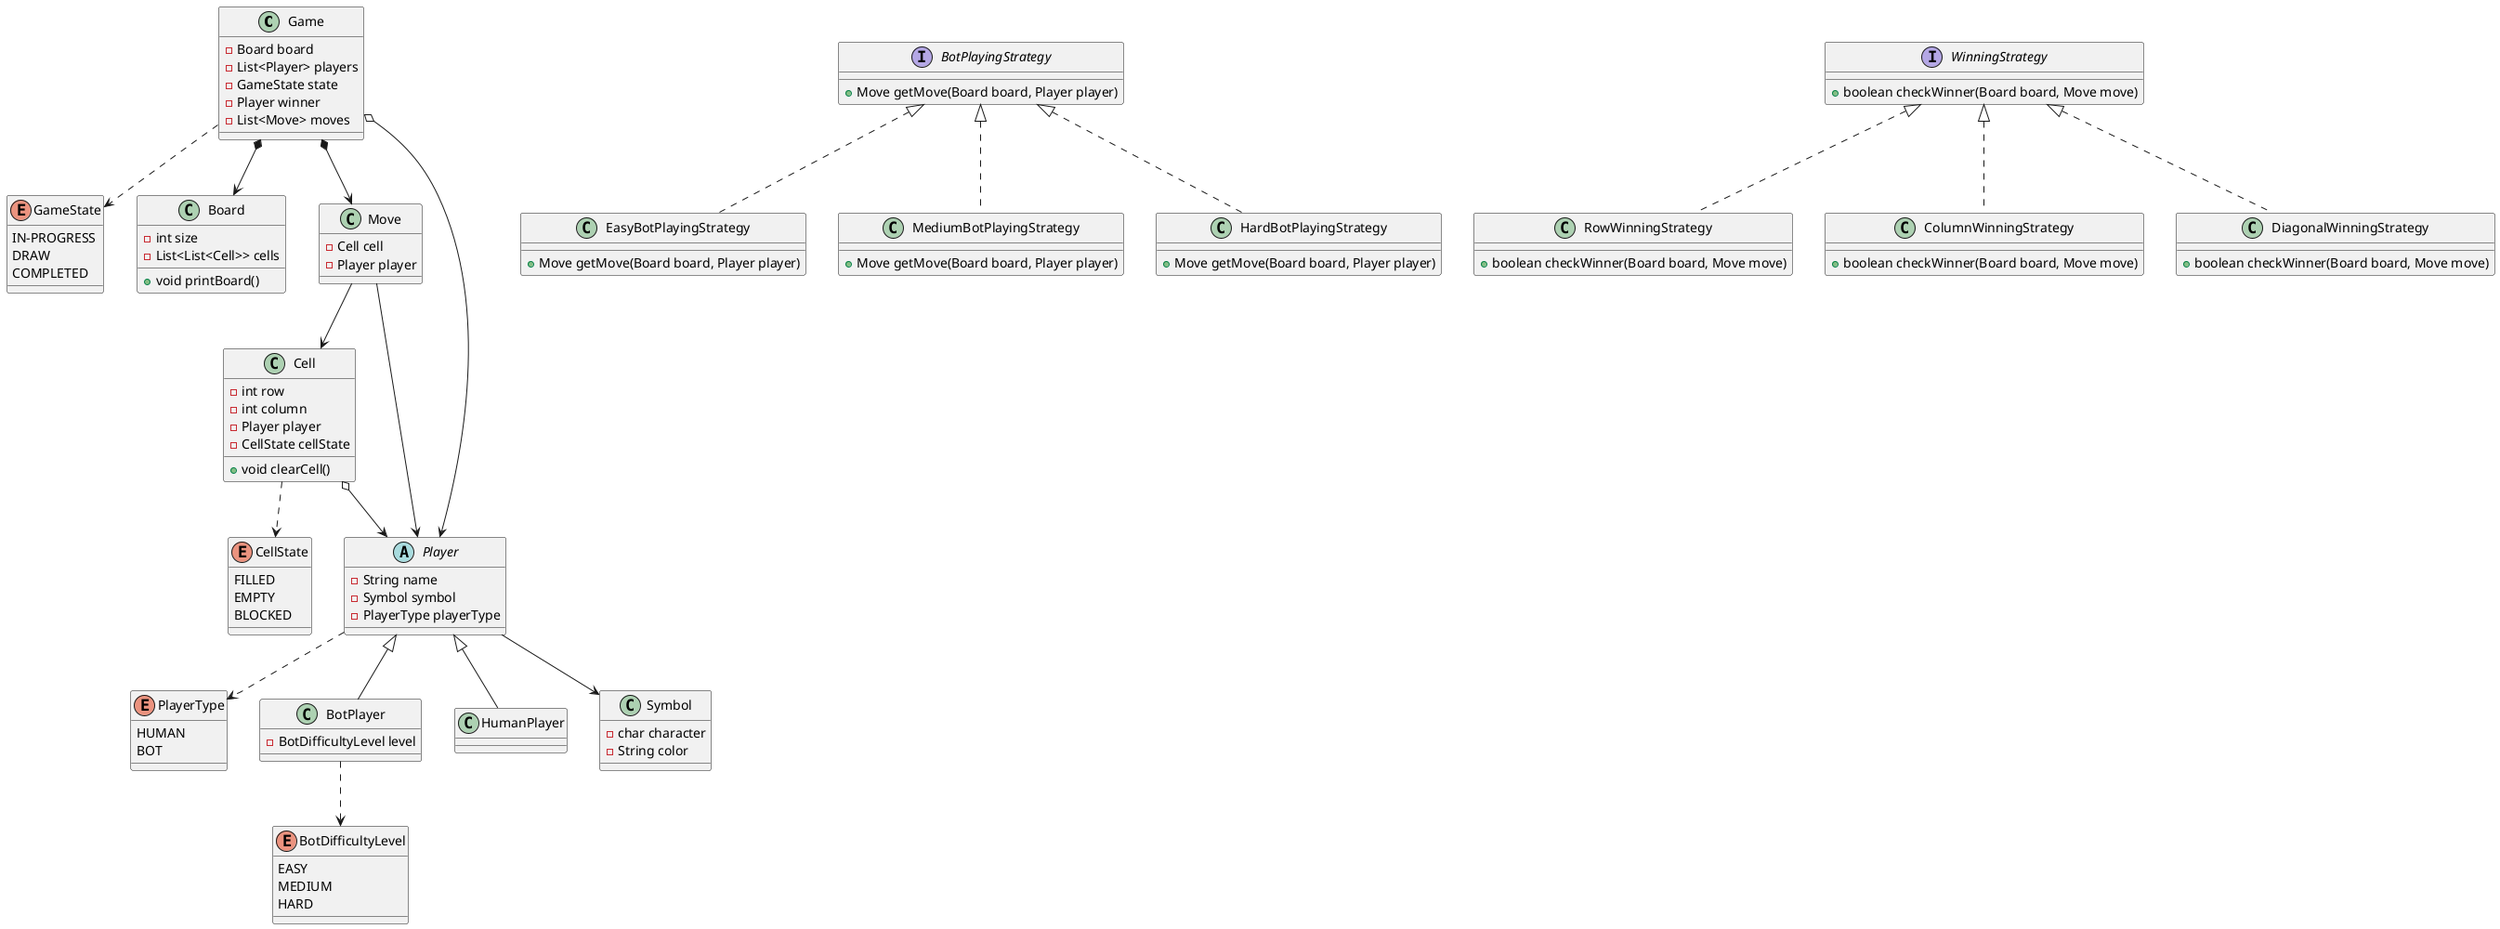
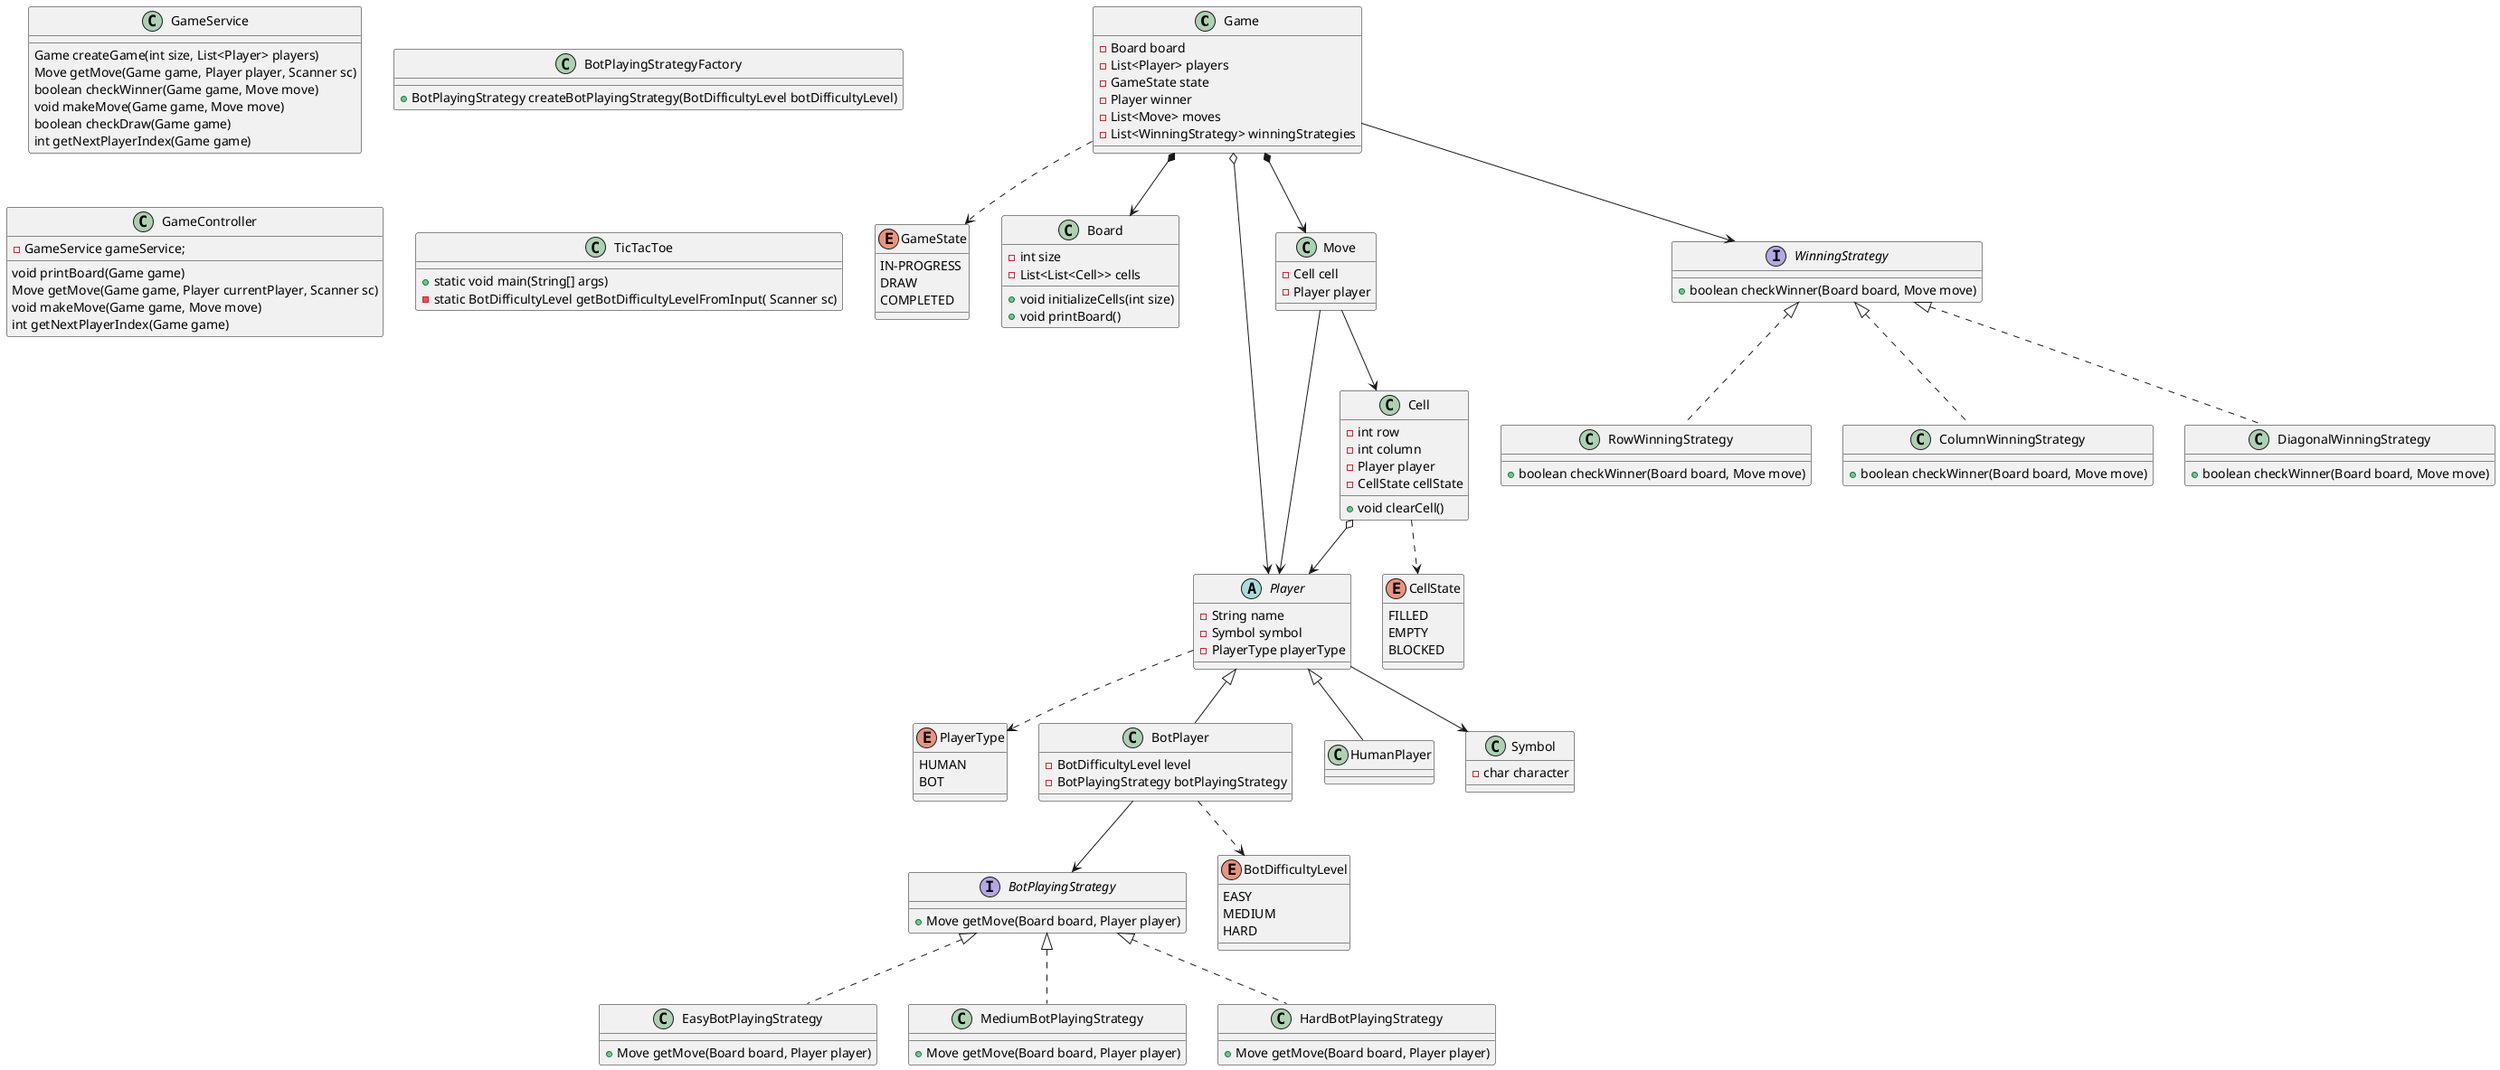
@startuml
'https://plantuml.com/class-diagram



class Game {
- Board board
- List<Player> players
- GameState state
- Player winner
- List<Move> moves
+ - List<WinningStrategy> winningStrategies
}

enum GameState {
IN-PROGRESS
DRAW
COMPLETED
}
Game ..> GameState
Game *--> Board
Game *--> Move
Game o--> Player
+ Game --> WinningStrategy

abstract class Player {
- String name
- Symbol symbol
- PlayerType playerType
}

enum PlayerType {
HUMAN
BOT
}
Player ..> PlayerType

class Board {
- int size
- List<List<Cell>> cells

+ + void initializeCells(int size)
+ void printBoard()
}

class Cell {
- int row
- int column
- Player player
- CellState cellState

+ void clearCell()
}

enum CellState {
FILLED
EMPTY
BLOCKED
}
Cell ..> CellState
Cell o--> Player

class BotPlayer extends Player {
- BotDifficultyLevel level
+ - BotPlayingStrategy botPlayingStrategy
}
+ BotPlayer --> BotPlayingStrategy
+ 


class HumanPlayer extends Player {
}

class Move {
- Cell cell
- Player player
}
Move --> Cell
Move --> Player

class Symbol {
- char character
- - String color
}
Player --> Symbol

enum BotDifficultyLevel {
EASY
MEDIUM
HARD
}
BotPlayer ..> BotDifficultyLevel


interface BotPlayingStrategy {
+ Move getMove(Board board, Player player)
}

class EasyBotPlayingStrategy implements BotPlayingStrategy {
+ Move getMove(Board board, Player player)
}

class MediumBotPlayingStrategy implements BotPlayingStrategy {
+ Move getMove(Board board, Player player)
}

class HardBotPlayingStrategy implements BotPlayingStrategy {
+ Move getMove(Board board, Player player)
}


interface WinningStrategy {
+ boolean checkWinner(Board board, Move move)
}

class RowWinningStrategy implements WinningStrategy {
+ boolean checkWinner(Board board, Move move)
}

class ColumnWinningStrategy implements WinningStrategy {
+ boolean checkWinner(Board board, Move move)
}

class DiagonalWinningStrategy implements WinningStrategy {
+ boolean checkWinner(Board board, Move move)
}

+ class GameService{
+ Game createGame(int size, List<Player> players)
+ Move getMove(Game game, Player player, Scanner sc)
+ boolean checkWinner(Game game, Move move)
+ void makeMove(Game game, Move move)
+ boolean checkDraw(Game game)
+ int getNextPlayerIndex(Game game)
+ }
+ 
+ class BotPlayingStrategyFactory{
+ + BotPlayingStrategy createBotPlayingStrategy(BotDifficultyLevel botDifficultyLevel)
+ }
+ 
+ class GameController{
+ - GameService gameService;
+ void printBoard(Game game)
+ Move getMove(Game game, Player currentPlayer, Scanner sc)
+ void makeMove(Game game, Move move)
+ int getNextPlayerIndex(Game game)
+ }
+ 
+ class TicTacToe {
+ + static void main(String[] args)
+ - static BotDifficultyLevel getBotDifficultyLevelFromInput( Scanner sc)
+ }
+ 
@enduml